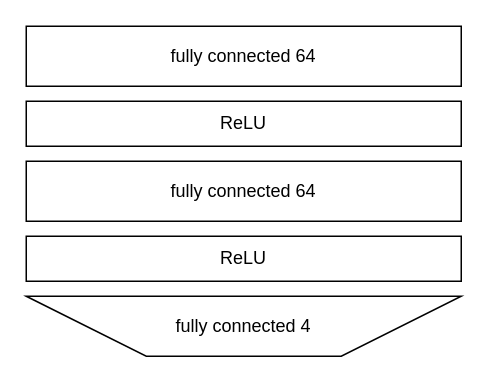
The draw.io diagram p1_nn.drawio in asiopueo/udacity-rl-p1, before the edit. Source tidied: cells renumbered, new cells numbered last; positions are measured from the earlier drawing's top-left corner, leaving out a move shared by most shapes. Both pictures are drawn from the tidied source at 150%, with x=0, y=0 at pixel (26, 26).
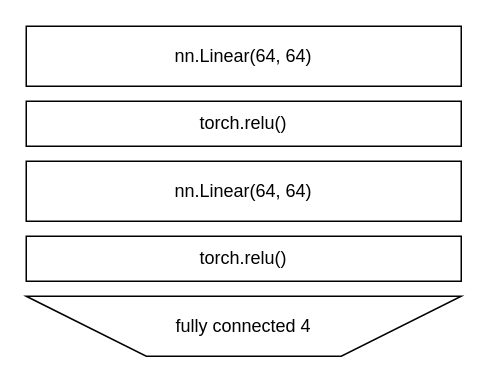
The same page after the edit.

Commit message:
Renaming of NN-layers in diagram

Change to the diagram source:
```diff
@@
 <mxGraphModel>
   <root>
     <mxCell id="0" />
     <mxCell id="1" parent="0" />
-    <mxCell id="2" value="fully connected 64" style="rounded=0;whiteSpace=wrap;html=1;" parent="1" vertex="1">
+    <mxCell id="2" value="nn.Linear(64, 64)" style="rounded=0;whiteSpace=wrap;html=1;" parent="1" vertex="1">
       <mxGeometry width="290" height="40" as="geometry" />
     </mxCell>
-    <mxCell id="3" value="ReLU" style="rounded=0;whiteSpace=wrap;html=1;" parent="1" vertex="1">
+    <mxCell id="3" value="torch.relu()" style="rounded=0;whiteSpace=wrap;html=1;" parent="1" vertex="1">
       <mxGeometry y="50" width="290" height="30" as="geometry" />
     </mxCell>
-    <mxCell id="4" value="fully connected 64" style="rounded=0;whiteSpace=wrap;html=1;" parent="1" vertex="1">
+    <mxCell id="4" value="nn.Linear(64, 64)" style="rounded=0;whiteSpace=wrap;html=1;" parent="1" vertex="1">
       <mxGeometry y="90" width="290" height="40" as="geometry" />
     </mxCell>
-    <mxCell id="5" value="ReLU" style="rounded=0;whiteSpace=wrap;html=1;" parent="1" vertex="1">
+    <mxCell id="5" value="torch.relu()" style="rounded=0;whiteSpace=wrap;html=1;" parent="1" vertex="1">
       <mxGeometry y="140" width="290" height="30" as="geometry" />
     </mxCell>
     <mxCell id="6" value="fully connected 4" style="shape=trapezoid;perimeter=trapezoidPerimeter;whiteSpace=wrap;html=1;fixedSize=1;flipH=0;flipV=1;size=80;" parent="1" vertex="1">
       <mxGeometry y="180" width="290" height="40" as="geometry" />
     </mxCell>
   </root>
 </mxGraphModel>
```
